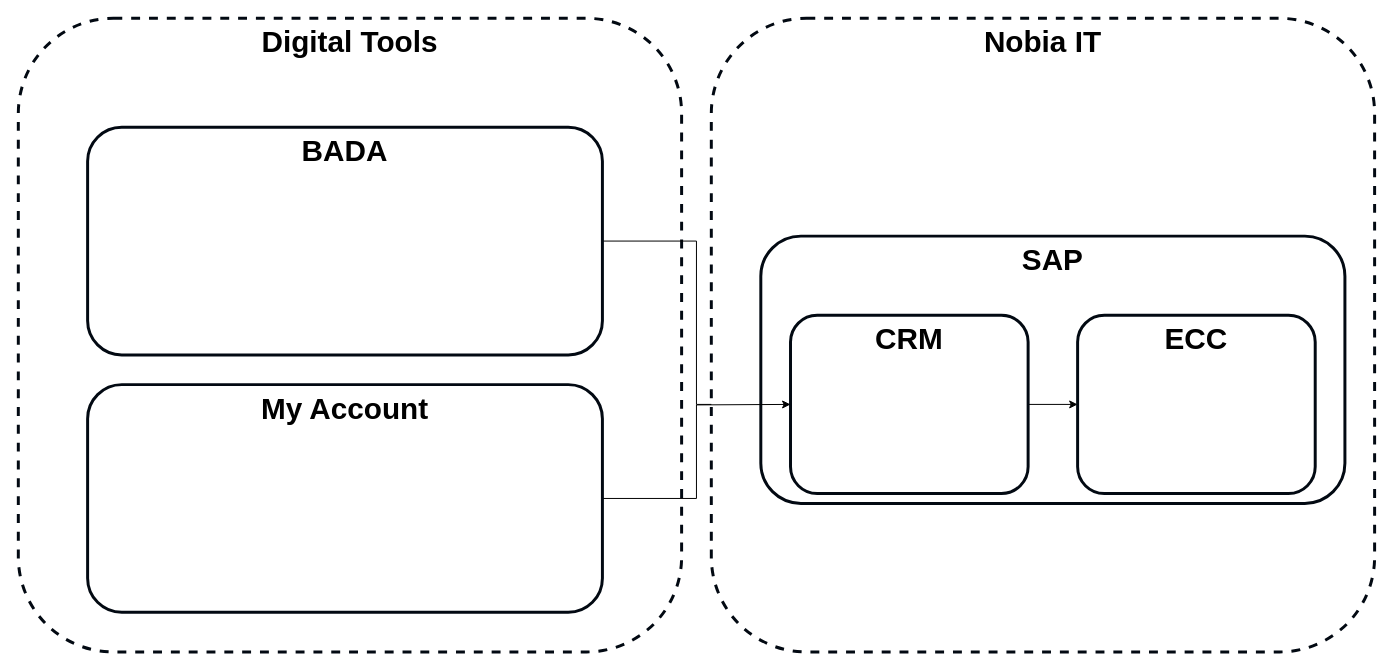
Earlier version of the draw.io diagram page "Qualification Prereqs" (2 of 9) of Calendar.drawio (mrf742002/Diagrams). Source tidied: cells renumbered, new cells numbered last; positions are measured from the earlier drawing's top-left corner, leaving out a move shared by most shapes. Both pictures are drawn from the tidied source at 99%, with x=0, y=0 at pixel (18, 18).
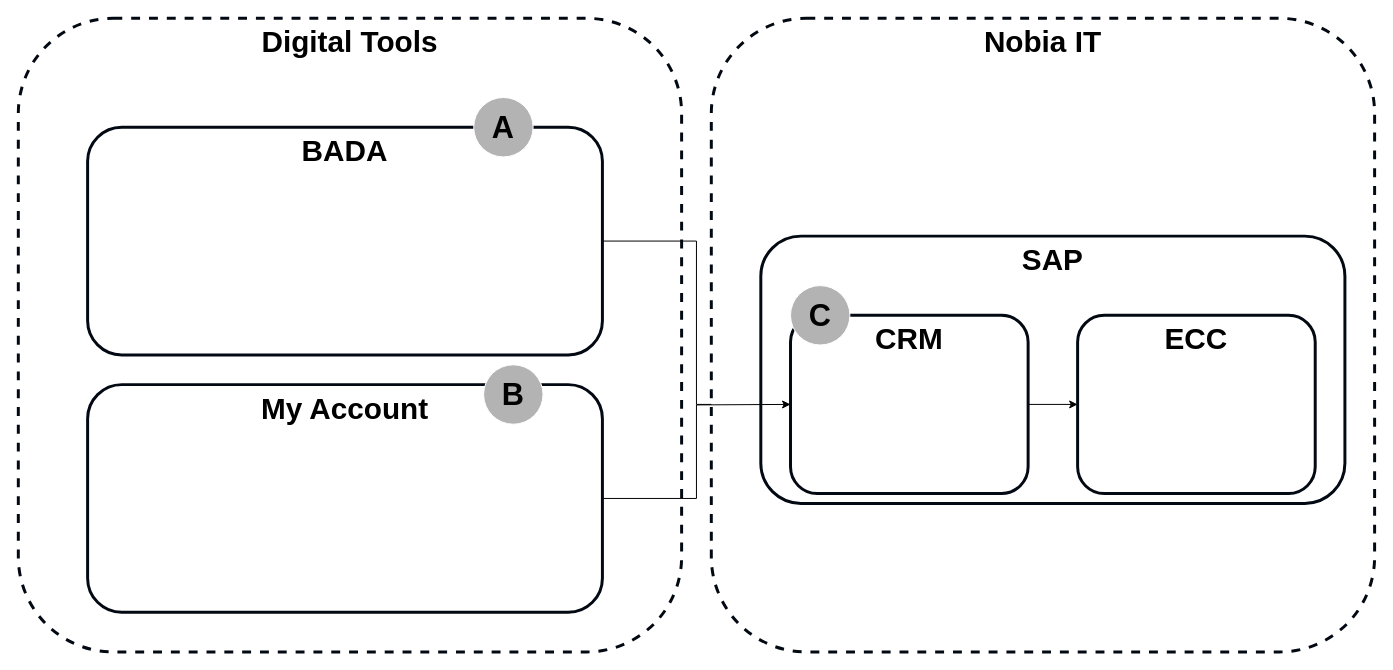
The same diagram, later.

Change to the diagram source:
```diff
@@
 <mxGraphModel>
   <root>
     <mxCell id="0" />
     <mxCell id="1" parent="0" />
     <mxCell id="2" value="&lt;span style=&quot;font-size: 30px&quot;&gt;&lt;b&gt;Digital Tools&lt;/b&gt;&lt;/span&gt;" style="rounded=1;whiteSpace=wrap;html=1;verticalAlign=top;strokeWidth=3;strokeColor=#020912;dashed=1;" parent="1" vertex="1">
       <mxGeometry width="670" height="640" as="geometry" />
     </mxCell>
     <mxCell id="3" style="edgeStyle=orthogonalEdgeStyle;rounded=0;jettySize=auto;html=1;exitX=1;exitY=0.5;exitDx=0;exitDy=0;entryX=0;entryY=0.5;entryDx=0;entryDy=0;" parent="1" edge="1" source="4" target="8">
       <mxGeometry relative="1" as="geometry" />
     </mxCell>
     <mxCell id="4" value="&lt;span style=&quot;font-size: 30px&quot;&gt;&lt;b&gt;BADA&lt;/b&gt;&lt;/span&gt;" style="rounded=1;whiteSpace=wrap;html=1;verticalAlign=top;strokeWidth=3;strokeColor=#020912;" parent="1" vertex="1">
       <mxGeometry x="70" y="110" width="520" height="230" as="geometry" />
     </mxCell>
     <mxCell id="5" value="&lt;span style=&quot;font-size: 30px&quot;&gt;&lt;b&gt;Nobia IT&lt;/b&gt;&lt;/span&gt;" style="rounded=1;whiteSpace=wrap;html=1;verticalAlign=top;strokeWidth=3;strokeColor=#020912;dashed=1;" parent="1" vertex="1">
       <mxGeometry x="700" width="670" height="640" as="geometry" />
     </mxCell>
     <mxCell id="6" value="&lt;span style=&quot;font-size: 30px&quot;&gt;&lt;b&gt;SAP&lt;/b&gt;&lt;/span&gt;" style="rounded=1;whiteSpace=wrap;html=1;verticalAlign=top;strokeWidth=3;strokeColor=#020912;" parent="1" vertex="1">
       <mxGeometry x="750" y="220" width="590" height="270" as="geometry" />
     </mxCell>
     <mxCell id="7" style="edgeStyle=orthogonalEdgeStyle;rounded=0;jettySize=auto;html=1;exitX=1;exitY=0.5;exitDx=0;exitDy=0;" parent="1" edge="1" source="8" target="11">
       <mxGeometry relative="1" as="geometry" />
     </mxCell>
     <mxCell id="8" value="&lt;span style=&quot;font-size: 30px&quot;&gt;&lt;b&gt;CRM&lt;/b&gt;&lt;/span&gt;" style="rounded=1;whiteSpace=wrap;html=1;verticalAlign=top;strokeWidth=3;strokeColor=#020912;" parent="1" vertex="1">
       <mxGeometry x="780" y="300" width="240" height="180" as="geometry" />
     </mxCell>
     <mxCell id="9" style="edgeStyle=orthogonalEdgeStyle;rounded=0;jettySize=auto;html=1;exitX=1;exitY=0.5;exitDx=0;exitDy=0;" parent="1" edge="1" source="10">
       <mxGeometry relative="1" as="geometry">
         <mxPoint x="780" y="390" as="targetPoint" />
       </mxGeometry>
     </mxCell>
     <mxCell id="10" value="&lt;span style=&quot;font-size: 30px&quot;&gt;&lt;b&gt;My Account&lt;/b&gt;&lt;/span&gt;" style="rounded=1;whiteSpace=wrap;html=1;verticalAlign=top;strokeWidth=3;strokeColor=#020912;" parent="1" vertex="1">
       <mxGeometry x="70" y="370" width="520" height="230" as="geometry" />
     </mxCell>
     <mxCell id="11" value="&lt;span style=&quot;font-size: 30px&quot;&gt;&lt;b&gt;ECC&lt;/b&gt;&lt;/span&gt;" style="rounded=1;whiteSpace=wrap;html=1;verticalAlign=top;strokeWidth=3;strokeColor=#020912;" parent="1" vertex="1">
       <mxGeometry x="1070" y="300" width="240" height="180" as="geometry" />
     </mxCell>
+    <mxCell id="12" value="&lt;b style=&quot;font-size: 31px;&quot;&gt;&lt;font style=&quot;font-size: 31px;&quot;&gt;A&lt;/font&gt;&lt;/b&gt;" style="ellipse;whiteSpace=wrap;html=1;strokeColor=#FFFFFF;fillColor=#B3B3B3;fontSize=31;" parent="1" vertex="1">
+      <mxGeometry x="460" y="80" width="60" height="60" as="geometry" />
+    </mxCell>
+    <mxCell id="13" value="&lt;b style=&quot;font-size: 31px&quot;&gt;&lt;font style=&quot;font-size: 31px&quot;&gt;B&lt;/font&gt;&lt;/b&gt;" style="ellipse;whiteSpace=wrap;html=1;strokeColor=#FFFFFF;fillColor=#B3B3B3;fontSize=31;" parent="1" vertex="1">
+      <mxGeometry x="470" y="350" width="60" height="60" as="geometry" />
+    </mxCell>
+    <mxCell id="14" value="&lt;b style=&quot;font-size: 31px&quot;&gt;&lt;font style=&quot;font-size: 31px&quot;&gt;C&lt;/font&gt;&lt;/b&gt;" style="ellipse;whiteSpace=wrap;html=1;strokeColor=#FFFFFF;fillColor=#B3B3B3;fontSize=31;" parent="1" vertex="1">
+      <mxGeometry x="780" y="270" width="60" height="60" as="geometry" />
+    </mxCell>
   </root>
 </mxGraphModel>
```
